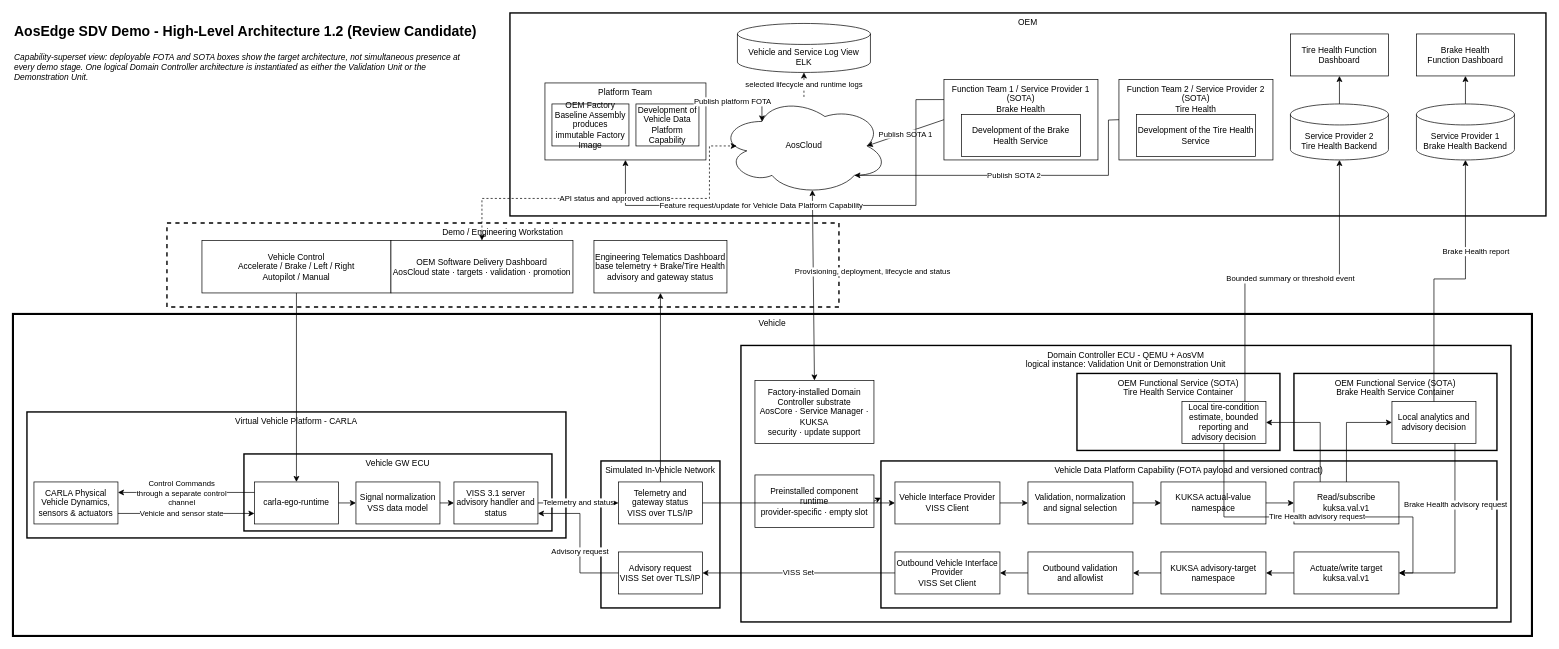
This is docs/architecture/diagrams/aosedge-demo-hla-authoring-reference.drawio from alexmaninblack/aosedge-sdv-demo, a draw.io file, before an edit. Source tidied: cells renumbered, new cells numbered last; positions are measured from the earlier drawing's top-left corner, leaving out a move shared by most shapes. Both pictures are drawn from the tidied source at 70%, with x=0, y=0 at pixel (13, 13).
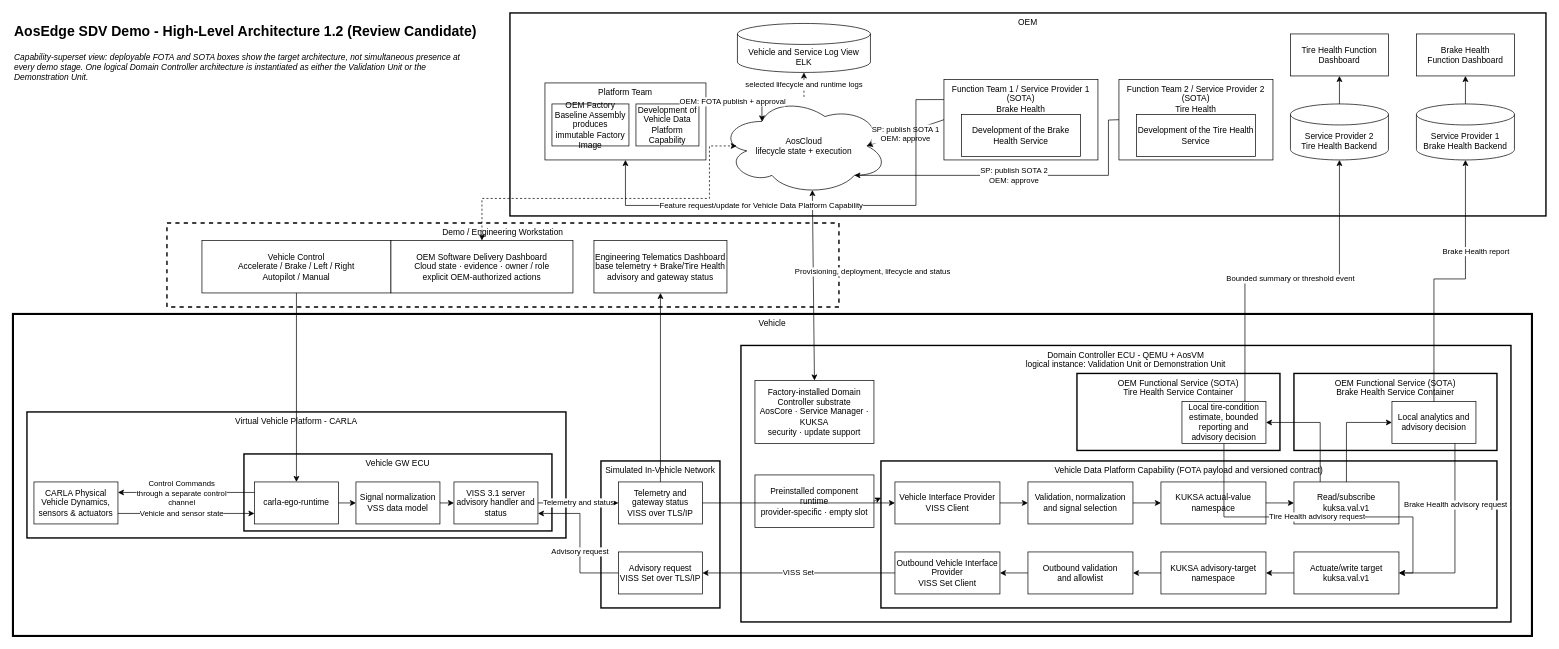
The same diagram, later.

Commit message (it also covers changes not shown here):
docs: separate release decisions from cloud execution

Unchanged cells that the change refers to:
```xml
<mxCell id="49" style="endArrow=classic;html=1;rounded=0;exitX=1;exitY=0.25;exitDx=0;exitDy=0;entryX=0.25;entryY=0.25;entryDx=0;entryDy=0;entryPerimeter=0;" parent="1" edge="1" source="44" target="41">
  <mxGeometry relative="1" as="geometry">
    <Array as="points">
      <mxPoint x="1070" y="128" />
    </Array>
  </mxGeometry>
</mxCell>
<mxCell id="53" style="endArrow=classic;html=1;rounded=0;exitX=0;exitY=0.5;exitDx=0;exitDy=0;entryX=0.875;entryY=0.5;entryDx=0;entryDy=0;entryPerimeter=0;" parent="1" edge="1" source="66" target="41">
  <mxGeometry relative="1" as="geometry" />
</mxCell>
<mxCell id="63" value="Function Team 2 / Service Provider 2 (SOTA)&lt;br&gt;Tire Health" style="rounded=0;whiteSpace=wrap;html=1;verticalAlign=top;" parent="1" vertex="1">
  <mxGeometry x="1580" y="95" width="220" height="115" as="geometry" />
</mxCell>
```

Change to the diagram source:
```diff
@@
-    <mxCell id="41" value="AosCloud" style="ellipse;shape=cloud;whiteSpace=wrap;html=1;" parent="1" vertex="1">
+    <mxCell id="41" value="AosCloud&lt;br&gt;lifecycle state + execution" style="ellipse;shape=cloud;whiteSpace=wrap;html=1;" parent="1" vertex="1">
       <mxGeometry x="1010" y="120" width="240" height="140" as="geometry" />
     </mxCell>
@@
-    <mxCell id="50" value="Publish platform FOTA" style="edgeLabel;html=1;align=center;verticalAlign=middle;" parent="49" vertex="1">
+    <mxCell id="50" value="OEM: FOTA publish + approval" style="edgeLabel;html=1;align=center;verticalAlign=middle;" parent="49" vertex="1">
       <mxGeometry x="-0.31" y="1" relative="1" as="geometry" />
     </mxCell>
@@
-    <mxCell id="54" value="Publish SOTA 1" style="edgeLabel;html=1;align=center;verticalAlign=middle;" parent="53" vertex="1">
+    <mxCell id="54" value="SP: publish SOTA 1&lt;br&gt;OEM: approve" style="edgeLabel;html=1;align=center;verticalAlign=middle;" parent="53" vertex="1">
       <mxGeometry x="0.02" y="1" relative="1" as="geometry" />
     </mxCell>
@@
-    <mxCell id="59" value="OEM Software Delivery Dashboard&lt;br&gt;AosCloud state · targets · validation · promotion" style="rounded=0;whiteSpace=wrap;html=1;" parent="1" vertex="1">
+    <mxCell id="59" value="OEM Software Delivery Dashboard&lt;br&gt;Cloud state · evidence · owner / role&lt;br&gt;explicit OEM-authorized actions" style="rounded=0;whiteSpace=wrap;html=1;" parent="1" vertex="1">
       <mxGeometry x="540" y="325" width="260" height="75" as="geometry" />
     </mxCell>
-    <mxCell id="60" value="API status and approved actions" style="endArrow=classic;startArrow=classic;html=1;rounded=0;dashed=1;exitX=0.5;exitY=0;exitDx=0;exitDy=0;entryX=0.1;entryY=0.5;entryDx=0;entryDy=0;entryPerimeter=0;" parent="1" edge="1" source="59" target="41">
+    <mxCell id="60" style="endArrow=classic;startArrow=classic;html=1;rounded=0;dashed=1;exitX=0.5;exitY=0;exitDx=0;exitDy=0;entryX=0.1;entryY=0.5;entryDx=0;entryDy=0;entryPerimeter=0;" parent="1" edge="1" source="59" target="41">
       <mxGeometry relative="1" as="geometry">
         <Array as="points">
           <mxPoint x="670" y="265" />
           <mxPoint x="995" y="265" />
           <mxPoint x="995" y="190" />
         </Array>
       </mxGeometry>
     </mxCell>
@@
-    <mxCell id="77" value="Publish SOTA 2" style="endArrow=classic;html=1;rounded=0;exitX=0;exitY=0.5;exitDx=0;exitDy=0;entryX=0.8;entryY=0.8;entryDx=0;entryDy=0;entryPerimeter=0;" parent="1" edge="1" source="63" target="41">
+    <mxCell id="77" value="SP: publish SOTA 2&lt;br&gt;OEM: approve" style="endArrow=classic;html=1;rounded=0;exitX=0;exitY=0.5;exitDx=0;exitDy=0;entryX=0.8;entryY=0.8;entryDx=0;entryDy=0;entryPerimeter=0;" parent="1" edge="1" source="63" target="41">
       <mxGeometry relative="1" as="geometry">
         <Array as="points">
           <mxPoint x="1565" y="153" />
           <mxPoint x="1565" y="232" />
         </Array>
       </mxGeometry>
     </mxCell>
```
